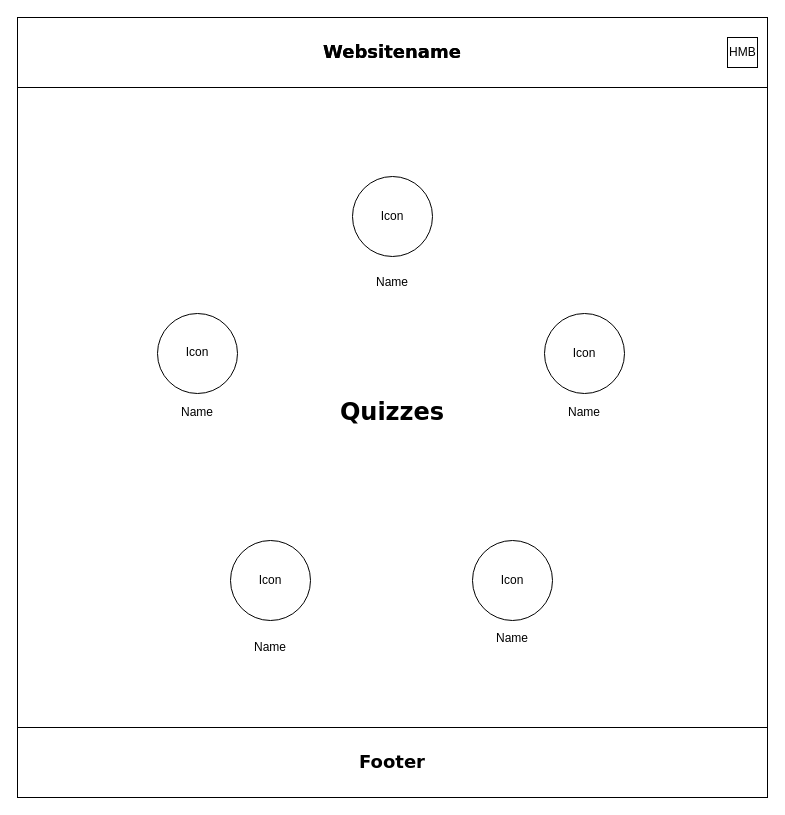
This is page "Quiz - Without Subsections" (1 of 4) of WireFrames/Quiz WireFrame.drawio from TEESDAAL/QuizSite, a draw.io file, before an edit. Source tidied: cells renumbered, new cells numbered last; positions are measured from the earlier drawing's top-left corner, leaving out a move shared by most shapes. Both pictures are drawn from the tidied source at 100%, with x=0, y=0 at pixel (17, 17).
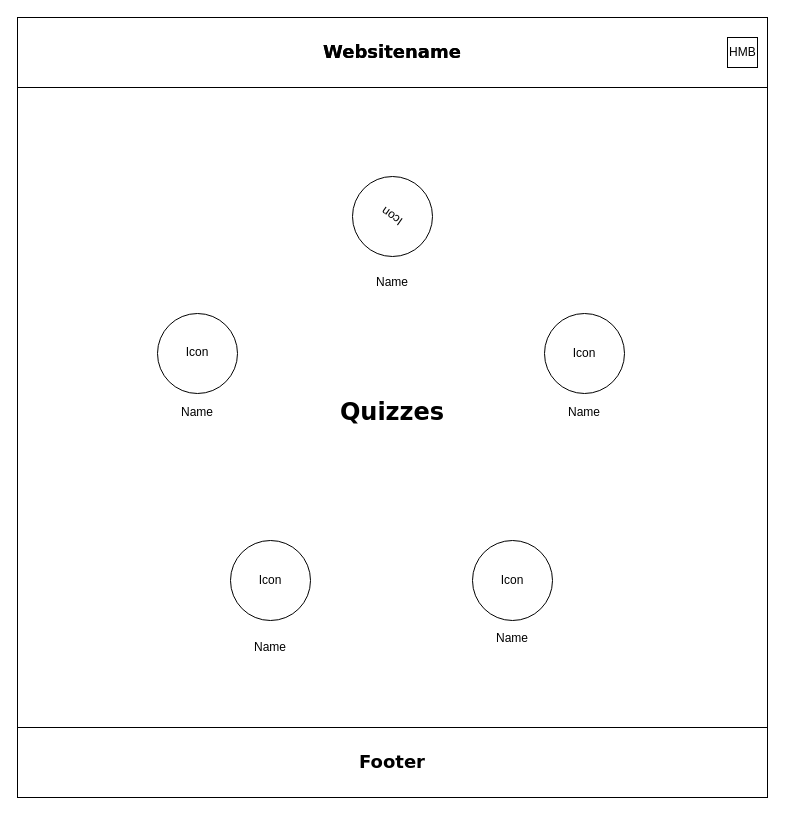
After the change.

Change to the diagram source:
```diff
@@
-    <mxCell id="16" value="Icon" style="text;html=1;strokeColor=none;fillColor=none;align=center;verticalAlign=middle;whiteSpace=wrap;rounded=0;" parent="1" vertex="1">
+    <mxCell id="16" value="Icon" style="text;html=1;strokeColor=none;fillColor=none;align=center;verticalAlign=middle;whiteSpace=wrap;rounded=0;rotation=-145;" parent="1" vertex="1">
       <mxGeometry x="355" y="189" width="40" height="20" as="geometry" />
     </mxCell>
```
